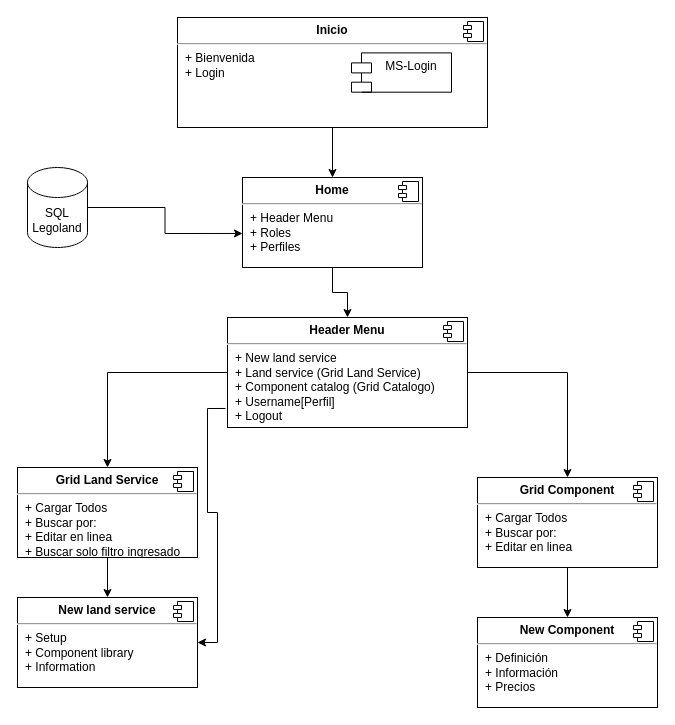
Above: Legoland2.drawio in TecladoZurdo/UML (draw.io), before the change. Source tidied: cells renumbered, new cells numbered last; positions are measured from the earlier drawing's top-left corner, leaving out a move shared by most shapes. Both pictures are drawn from the tidied source at 100%, with x=0, y=0 at pixel (17, 17).
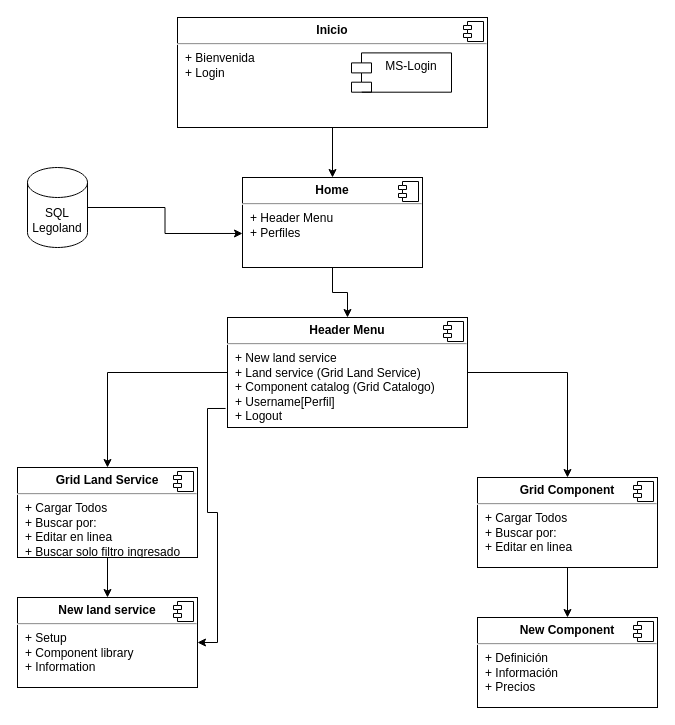
Above is the later version.

The edit, as a diff of the source:
```diff
@@
-    <mxCell id="9" value="&lt;p style=&quot;margin:0px;margin-top:6px;text-align:center;&quot;&gt;&lt;b&gt;Home&lt;/b&gt;&lt;/p&gt;&lt;hr&gt;&lt;p style=&quot;margin:0px;margin-left:8px;&quot;&gt;+ Header Menu&lt;br&gt;+ Roles&lt;/p&gt;&lt;p style=&quot;margin:0px;margin-left:8px;&quot;&gt;+ Perfiles&lt;/p&gt;" style="align=left;overflow=fill;html=1;whiteSpace=wrap;" parent="1" vertex="1">
+    <mxCell id="9" value="&lt;p style=&quot;margin:0px;margin-top:6px;text-align:center;&quot;&gt;&lt;b&gt;Home&lt;/b&gt;&lt;/p&gt;&lt;hr&gt;&lt;p style=&quot;margin:0px;margin-left:8px;&quot;&gt;+ Header Menu&lt;br&gt;&lt;/p&gt;&lt;p style=&quot;margin:0px;margin-left:8px;&quot;&gt;+ Perfiles&lt;/p&gt;" style="align=left;overflow=fill;html=1;whiteSpace=wrap;" parent="1" vertex="1">
       <mxGeometry x="225" y="160" width="180" height="90" as="geometry" />
     </mxCell>
```
